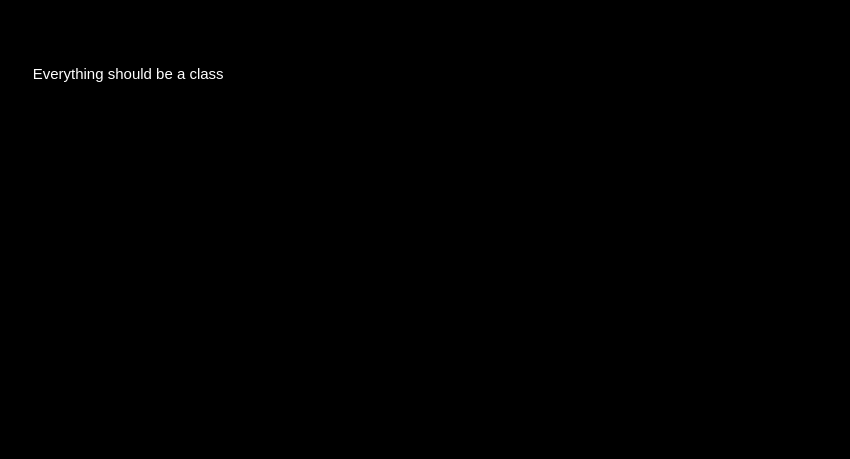
Above: page "CONCEPT" (2 of 2) of Untitled Diagram.drawio in mick-olka/kadam_project (draw.io), before the change. Source tidied: cells renumbered, new cells numbered last; positions are measured from the earlier drawing's top-left corner, leaving out a move shared by most shapes. Both pictures are drawn from the tidied source at 125%, with x=0, y=0 at pixel (21, 61).
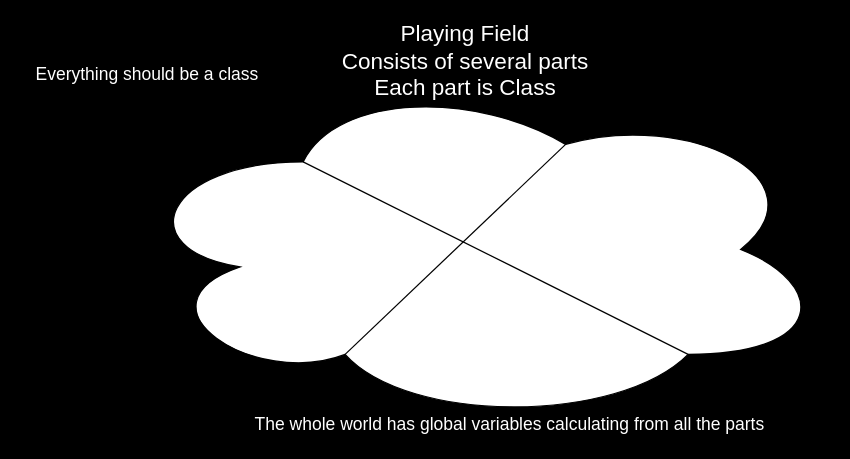
Above is the later version.

The edit, as a diff of the source:
```diff
@@
 <mxGraphModel background="#000000">
   <root>
     <mxCell id="0" />
     <mxCell id="1" parent="0" />
-    <mxCell id="2" value="&lt;font color=&quot;#FFFFFF&quot;&gt;Everything should be a class&lt;br&gt;&lt;/font&gt;" style="text;html=1;align=center;verticalAlign=middle;" parent="1" vertex="1">
-      <mxGeometry width="170" height="20" as="geometry" />
+    <mxCell id="2" value="&lt;font style=&quot;font-size: 14px;&quot; color=&quot;#FFFFFF&quot;&gt;Everything should be a class&lt;br style=&quot;font-size: 14px;&quot;&gt;&lt;/font&gt;" style="text;html=1;align=center;verticalAlign=middle;fontSize=14;" parent="1" vertex="1">
+      <mxGeometry width="200" height="20" as="geometry" />
     </mxCell>
+    <mxCell id="3" style="ellipse;shape=cloud;whiteSpace=wrap;html=1;" parent="1" vertex="1">
+      <mxGeometry x="85" y="10" width="560" height="280" as="geometry" />
+    </mxCell>
+    <mxCell id="4" style="endArrow=none;html=1;exitX=0.31;exitY=0.8;exitDx=0;exitDy=0;exitPerimeter=0;entryX=0.625;entryY=0.2;entryDx=0;entryDy=0;entryPerimeter=0;" parent="1" edge="1" source="3" target="3">
+      <mxGeometry relative="1" as="geometry" />
+    </mxCell>
+    <mxCell id="5" style="endArrow=none;html=1;entryX=0.25;entryY=0.25;entryDx=0;entryDy=0;entryPerimeter=0;exitX=0.8;exitY=0.8;exitDx=0;exitDy=0;exitPerimeter=0;" parent="1" edge="1" source="3" target="3">
+      <mxGeometry relative="1" as="geometry" />
+    </mxCell>
+    <mxCell id="6" value="&lt;div style=&quot;font-size: 18px&quot;&gt;&lt;font style=&quot;font-size: 18px&quot; color=&quot;#FFFFFF&quot;&gt;Playing Field&lt;/font&gt;&lt;/div&gt;&lt;div style=&quot;font-size: 18px&quot;&gt;&lt;font style=&quot;font-size: 18px&quot; color=&quot;#FFFFFF&quot;&gt;Consists of several parts&lt;br&gt;Each part is Class&lt;br style=&quot;font-size: 18px&quot;&gt;&lt;/font&gt;&lt;/div&gt;" style="text;html=1;strokeColor=none;fillColor=none;align=center;verticalAlign=middle;whiteSpace=wrap;rounded=0;fontSize=18;" parent="1" vertex="1">
+      <mxGeometry x="235" y="-20" width="240" height="40" as="geometry" />
+    </mxCell>
+    <mxCell id="7" value="&lt;font style=&quot;font-size: 14px;&quot; color=&quot;#FFFFFF&quot;&gt;The whole world has global variables calculating from all the parts&lt;br style=&quot;font-size: 14px;&quot;&gt;&lt;/font&gt;" style="text;html=1;align=center;verticalAlign=middle;fontSize=14;" parent="1" vertex="1">
+      <mxGeometry x="175" y="280" width="430" height="20" as="geometry" />
+    </mxCell>
   </root>
 </mxGraphModel>
```
